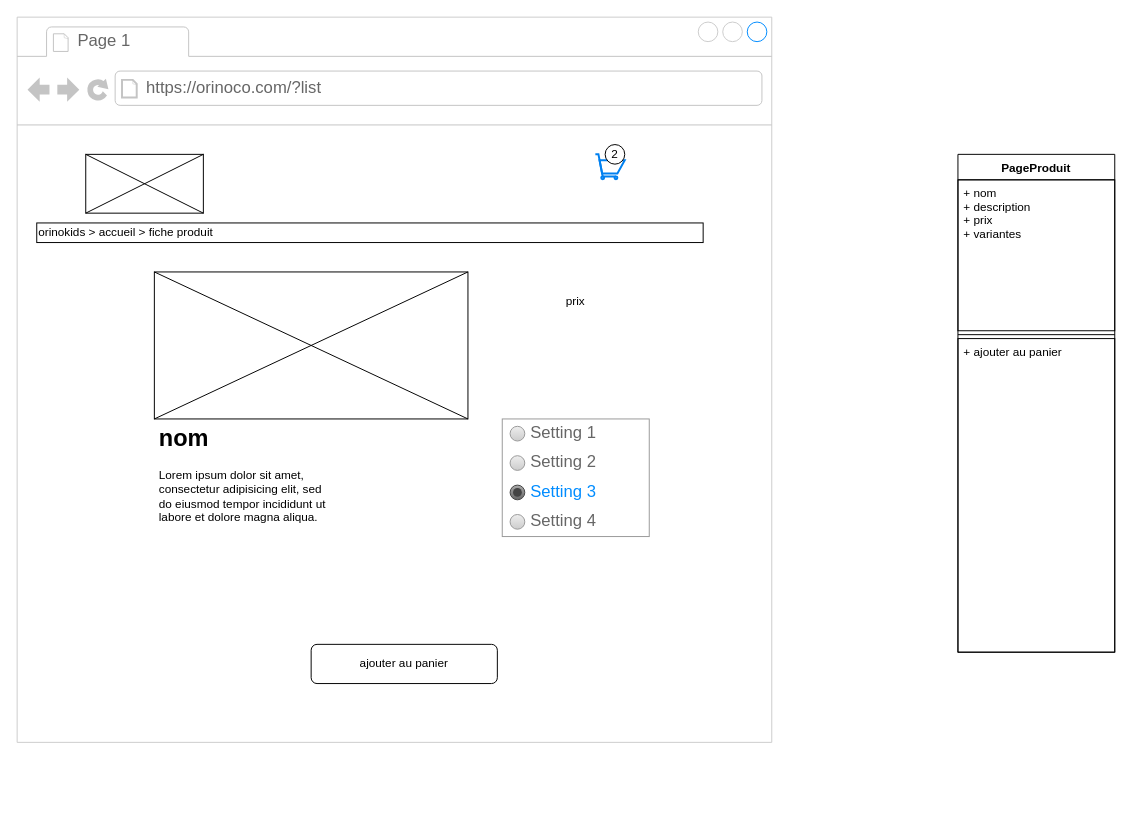
Above: page "page : produit" (3 of 9) of diagram.drawio in M0R4DK155/Orinoco (draw.io), before the change. Source tidied: cells renumbered, new cells numbered last; positions are measured from the earlier drawing's top-left corner, leaving out a move shared by most shapes. Both pictures are drawn from the tidied source at 98%, with x=0, y=0 at pixel (17, 17).
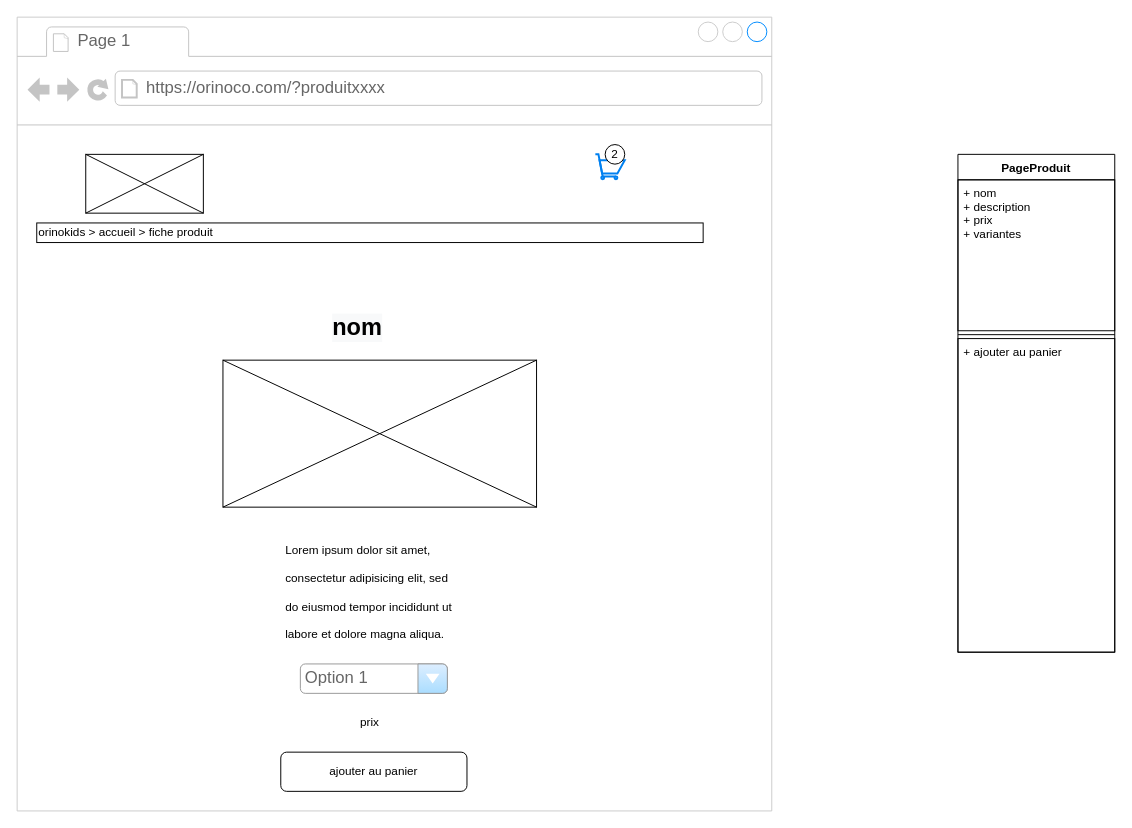
The same diagram, later.

Diff of the diagram source:
```diff
@@
     <mxCell id="2" style="strokeWidth=1;shadow=0;dashed=0;align=center;html=1;shape=mxgraph.mockup.containers.browserWindow;rSize=0;strokeColor2=#008cff;strokeColor3=#c4c4c4;mainText=,;strokeColor=#CCCCCC;" parent="1" vertex="1">
-      <mxGeometry width="770" height="740" as="geometry" />
+      <mxGeometry width="770" height="810" as="geometry" />
     </mxCell>
@@
-    <mxCell id="4" value="https://orinoco.com/?list" style="strokeWidth=1;shadow=0;dashed=0;align=center;html=1;shape=mxgraph.mockup.containers.anchor;rSize=0;fontSize=17;fontColor=#666666;align=left;" parent="2" vertex="1">
+    <mxCell id="4" value="https://orinoco.com/?produitxxxx" style="strokeWidth=1;shadow=0;dashed=0;align=center;html=1;shape=mxgraph.mockup.containers.anchor;rSize=0;fontSize=17;fontColor=#666666;align=left;" parent="2" vertex="1">
       <mxGeometry x="130" y="60" width="250" height="26" as="geometry" />
     </mxCell>
@@
     <mxCell id="11" value="ajouter au panier" style="rounded=1;whiteSpace=wrap;html=1;" parent="2" vertex="1">
-      <mxGeometry x="300" y="640" width="190" height="40" as="geometry" />
+      <mxGeometry x="269" y="750" width="190" height="40" as="geometry" />
     </mxCell>
-    <mxCell id="12" value="&lt;h1&gt;nom&lt;/h1&gt;&lt;p&gt;Lorem ipsum dolor sit amet, consectetur adipisicing elit, sed do eiusmod tempor incididunt ut labore et dolore magna aliqua.&lt;/p&gt;" style="text;html=1;strokeColor=none;fillColor=none;spacing=5;spacingTop=-20;whiteSpace=wrap;overflow=hidden;rounded=0;align=left;" parent="2" vertex="1">
-      <mxGeometry x="140" y="410" width="190" height="120" as="geometry" />
+    <mxCell id="12" value="&lt;h1&gt;&lt;span style=&quot;font-size: 12px ; font-weight: normal&quot;&gt;Lorem ipsum dolor sit amet, consectetur adipisicing elit, sed do eiusmod tempor incididunt ut labore et dolore magna aliqua.&lt;/span&gt;&lt;br&gt;&lt;/h1&gt;" style="text;html=1;strokeColor=none;fillColor=none;spacing=5;spacingTop=-20;whiteSpace=wrap;overflow=hidden;rounded=0;align=left;" parent="2" vertex="1">
+      <mxGeometry x="269" y="520" width="190" height="130" as="geometry" />
     </mxCell>
     <mxCell id="13" style="group;" parent="2" vertex="1">
-      <mxGeometry x="140" y="260" width="320" height="150" as="geometry" />
+      <mxGeometry x="210" y="350" width="320" height="150" as="geometry" />
     </mxCell>
@@
     <mxCell id="17" value="prix" style="text;html=1;strokeColor=none;fillColor=none;align=center;verticalAlign=middle;whiteSpace=wrap;rounded=0;" parent="2" vertex="1">
-      <mxGeometry x="550" y="280" width="40" height="20" as="geometry" />
+      <mxGeometry x="340" y="710" width="40" height="20" as="geometry" />
     </mxCell>
-    <mxCell id="18" style="strokeWidth=1;shadow=0;dashed=0;align=center;html=1;shape=mxgraph.mockup.forms.rrect;rSize=0;strokeColor=#999999;fillColor=#ffffff;" parent="2" vertex="1">
-      <mxGeometry x="495" y="410" width="150" height="120" as="geometry" />
-    </mxCell>
-    <mxCell id="19" value="Setting 1" style="shape=ellipse;rSize=0;fillColor=#eeeeee;strokeColor=#999999;gradientColor=#cccccc;html=1;align=left;spacingLeft=4;fontSize=17;fontColor=#666666;labelPosition=right;" parent="18" vertex="1">
-      <mxGeometry x="8" y="7.5" width="15" height="15" as="geometry" />
-    </mxCell>
-    <mxCell id="20" value="Setting 2" style="shape=ellipse;rSize=0;fillColor=#eeeeee;strokeColor=#999999;gradientColor=#cccccc;html=1;align=left;spacingLeft=4;fontSize=17;fontColor=#666666;labelPosition=right;" parent="18" vertex="1">
-      <mxGeometry x="8" y="37.5" width="15" height="15" as="geometry" />
-    </mxCell>
-    <mxCell id="21" value="Setting 3" style="shape=ellipse;rSize=0;fillColor=#aaaaaa;strokeColor=#444444;gradientColor=#666666;html=1;align=left;spacingLeft=4;fontSize=17;fontColor=#008cff;labelPosition=right;" parent="18" vertex="1">
-      <mxGeometry x="8" y="67.5" width="15" height="15" as="geometry" />
-    </mxCell>
-    <mxCell id="22" style="shape=ellipse;fillColor=#444444;strokeColor=none;html=1;" parent="21" vertex="1">
-      <mxGeometry x="3" y="3" width="9" height="9" as="geometry" />
-    </mxCell>
-    <mxCell id="23" value="Setting 4" style="shape=ellipse;rSize=0;fillColor=#eeeeee;strokeColor=#999999;gradientColor=#cccccc;html=1;align=left;spacingLeft=4;fontSize=17;fontColor=#666666;labelPosition=right;" parent="18" vertex="1">
-      <mxGeometry x="8" y="97.5" width="15" height="15" as="geometry" />
-    </mxCell>
+    <mxCell id="29" value="Option 1" style="strokeWidth=1;shadow=0;dashed=0;align=center;html=1;shape=mxgraph.mockup.forms.comboBox;strokeColor=#999999;fillColor=#ddeeff;align=left;fillColor2=#aaddff;mainText=;fontColor=#666666;fontSize=17;spacingLeft=3;" parent="2" vertex="1">
+      <mxGeometry x="289" y="660" width="150" height="30" as="geometry" />
+    </mxCell>
+    <mxCell id="30" value="&lt;h1 style=&quot;color: rgb(0, 0, 0); font-family: helvetica; font-style: normal; letter-spacing: normal; text-align: left; text-indent: 0px; text-transform: none; word-spacing: 0px; background-color: rgb(248, 249, 250);&quot;&gt;nom&lt;/h1&gt;" style="text;whiteSpace=wrap;html=1;" parent="2" vertex="1">
+      <mxGeometry x="320" y="280" width="80" height="60" as="geometry" />
+    </mxCell>
```
